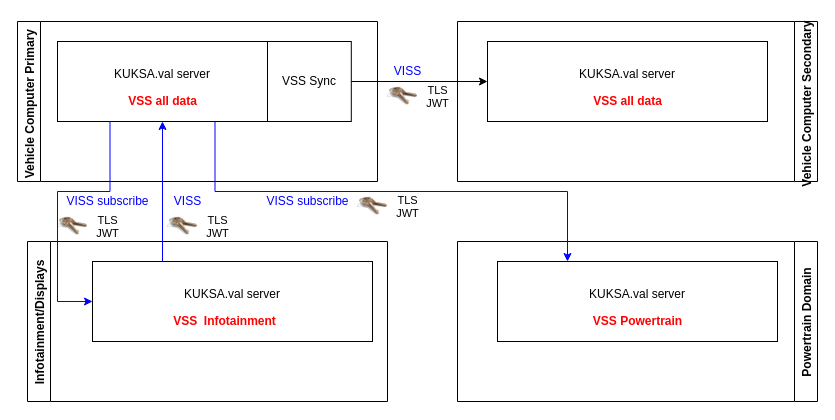
The draw.io diagram KUKSA.val deployment.drawio in SebastianSchildt/drawioplaygorund, before the edit. Source tidied: cells renumbered, new cells numbered last; positions are measured from the earlier drawing's top-left corner, leaving out a move shared by most shapes. Both pictures are drawn from the tidied source at 100%, with x=0, y=0 at pixel (17, 21).
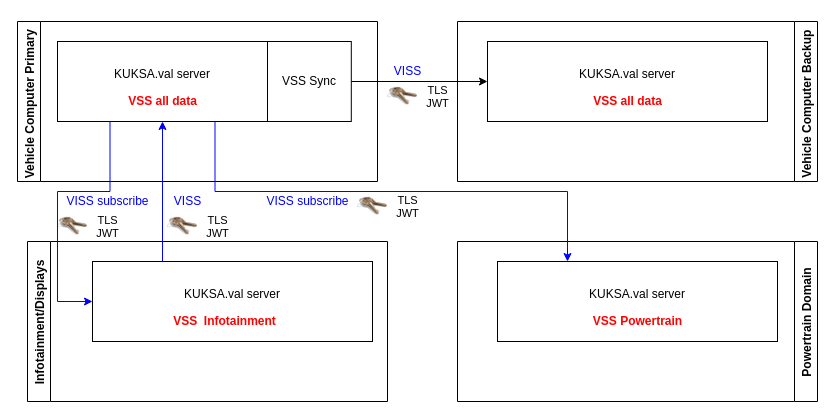
Above is the later version.

Diff of the diagram source:
```diff
@@
-    <mxCell id="2" value="Vehicle Computer Secondary " style="swimlane;horizontal=0;direction=west;" parent="1" vertex="1">
+    <mxCell id="2" value="Vehicle Computer Backup " style="swimlane;horizontal=0;direction=west;" parent="1" vertex="1">
       <mxGeometry x="440" width="360" height="160" as="geometry" />
     </mxCell>
```
